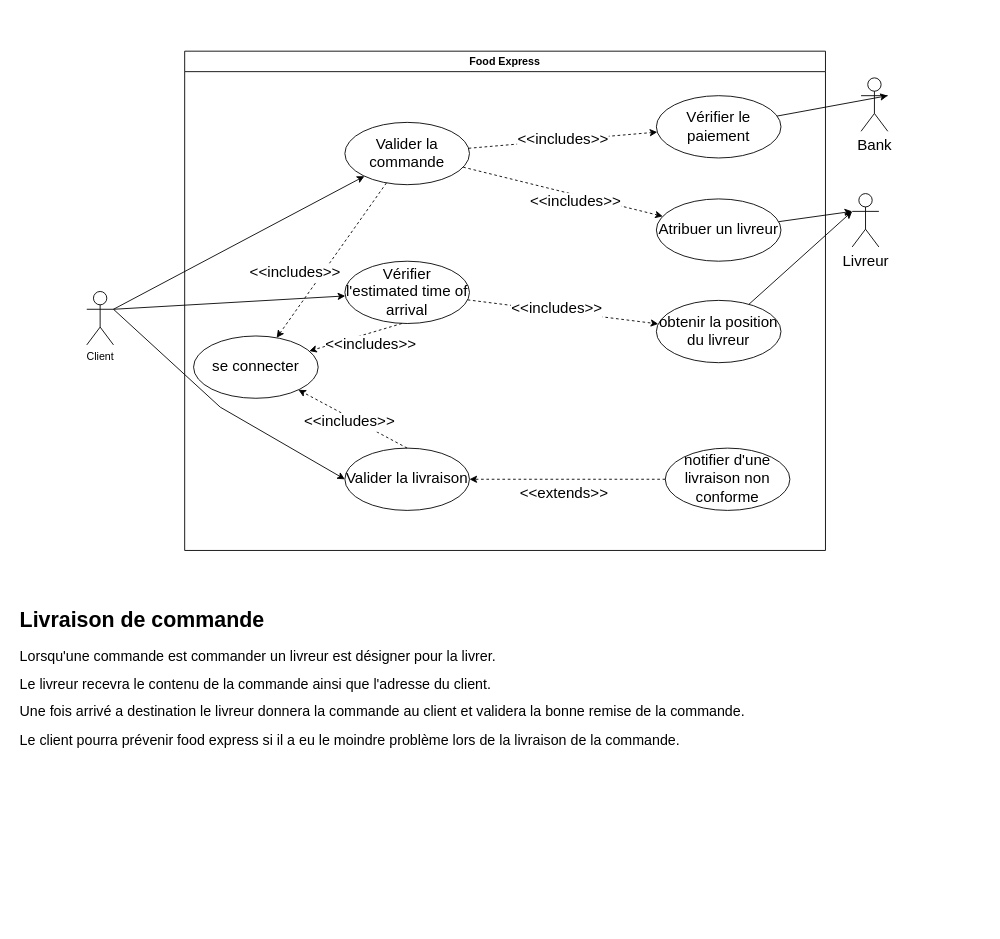
Above: page "Livraison de commande" (4 of 4) of main_use_case.drawio in sebastien-deren/projet_4 (draw.io), before the change. Source tidied: cells renumbered, new cells numbered last; positions are measured from the earlier drawing's top-left corner, leaving out a move shared by most shapes. Both pictures are drawn from the tidied source at 89%, with x=0, y=0 at pixel (15, 51).
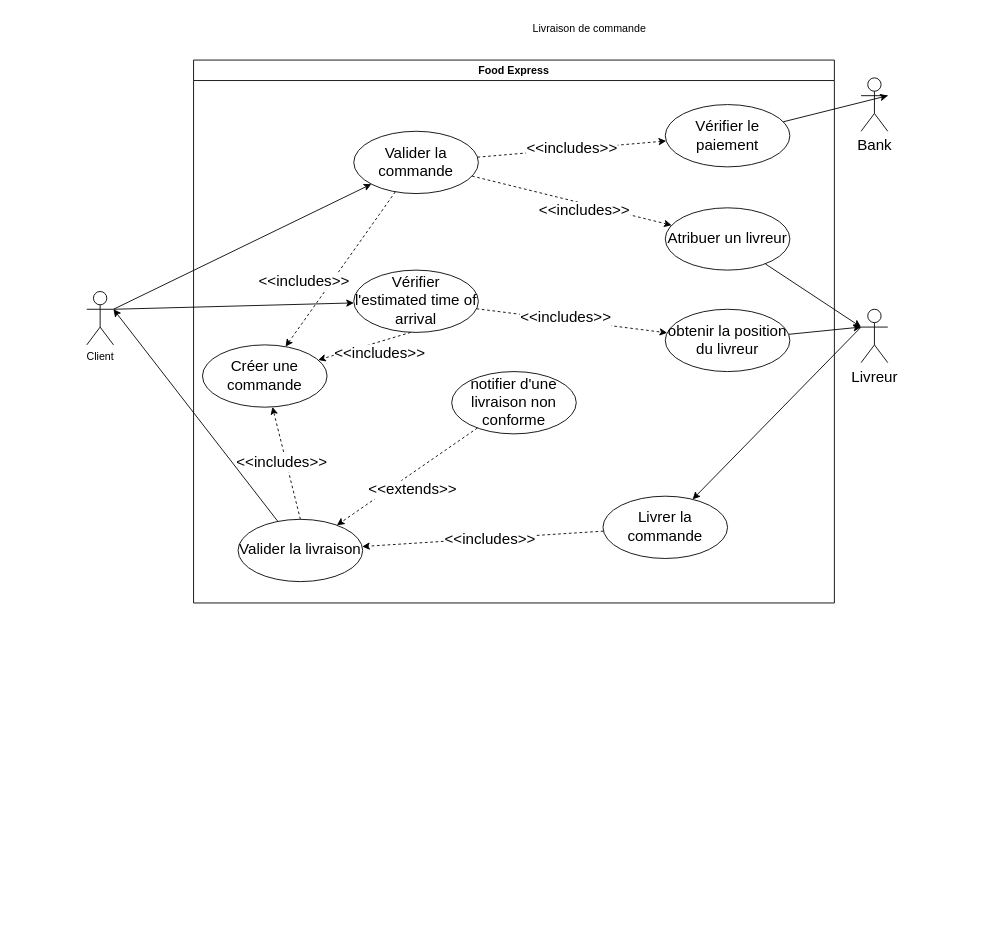
After the change.

Change to the diagram source:
```diff
@@
-    <mxCell id="2" value="Food Express" style="swimlane;whiteSpace=wrap;html=1;" parent="1" vertex="1">
-      <mxGeometry x="190" width="720" height="561" as="geometry" />
+    <mxCell id="2" value="Food Express" style="swimlane;whiteSpace=wrap;html=1;direction=east;" parent="1" vertex="1">
+      <mxGeometry x="200" y="10" width="720" height="610" as="geometry" />
     </mxCell>
@@
     <mxCell id="5" value="Valider la livraison" style="ellipse;whiteSpace=wrap;html=1;fontSize=17;" parent="2" vertex="1">
-      <mxGeometry x="180" y="446" width="140" height="70" as="geometry" />
+      <mxGeometry x="50" y="516" width="140" height="70" as="geometry" />
     </mxCell>
@@
     <mxCell id="12" value="notifier d'une livraison non conforme" style="ellipse;whiteSpace=wrap;html=1;fontSize=17;" parent="2" vertex="1">
-      <mxGeometry x="540" y="446" width="140" height="70" as="geometry" />
+      <mxGeometry x="290" y="350" width="140" height="70" as="geometry" />
     </mxCell>
@@
-    <mxCell id="14" value="se connecter" style="ellipse;whiteSpace=wrap;html=1;fontSize=17;" parent="2" vertex="1">
+    <mxCell id="14" value="Créer une commande" style="ellipse;whiteSpace=wrap;html=1;fontSize=17;" parent="2" vertex="1">
       <mxGeometry x="10" y="320" width="140" height="70" as="geometry" />
     </mxCell>
@@
+    <mxCell id="28" value="Livrer la commande" style="ellipse;whiteSpace=wrap;html=1;fontSize=17;" parent="2" vertex="1">
+      <mxGeometry x="460" y="490" width="140" height="70" as="geometry" />
+    </mxCell>
+    <mxCell id="29" value="&amp;lt;&amp;lt;includes&amp;gt;&amp;gt;" style="endArrow=classic;html=1;rounded=0;fontSize=17;dashed=1;" parent="2" edge="1" source="28" target="5">
+      <mxGeometry x="-0.06" y="2" relative="1" as="geometry" />
+    </mxCell>
@@
-    <mxCell id="21" style="endArrow=classic;html=1;rounded=0;fontSize=17;entryX=0;entryY=0.5;entryDx=0;entryDy=0;" parent="1" edge="1" target="5">
+    <mxCell id="21" style="endArrow=classic;html=1;rounded=0;fontSize=17;" parent="1" edge="1" source="5">
       <mxGeometry relative="1" as="geometry">
-        <mxPoint x="110" y="290" as="sourcePoint" />
-        <Array as="points">
-          <mxPoint x="230" y="400" />
-        </Array>
+        <mxPoint x="110" y="290" as="targetPoint" />
       </mxGeometry>
     </mxCell>
@@
     <mxCell id="23" value="Livreur" style="shape=umlActor;verticalLabelPosition=bottom;verticalAlign=top;html=1;fontSize=17;" parent="1" vertex="1">
-      <mxGeometry x="940" y="160" width="30" height="60" as="geometry" />
+      <mxGeometry x="950" y="290" width="30" height="60" as="geometry" />
     </mxCell>
@@
-    <mxCell id="27" value="&lt;h1&gt;Livraison de commande&lt;/h1&gt;&lt;p&gt;&lt;span style=&quot;font-size: 16px;&quot;&gt;Lorsqu'une commande est commander un livreur est désigner pour la livrer.&lt;/span&gt;&lt;/p&gt;&lt;p&gt;&lt;span style=&quot;font-size: 16px;&quot;&gt;Le livreur recevra le contenu de la commande ainsi que l'adresse du client.&lt;/span&gt;&lt;/p&gt;&lt;p&gt;&lt;span style=&quot;font-size: 16px;&quot;&gt;Une fois arrivé a destination le livreur donnera la commande au client et validera la bonne remise de la commande.&lt;/span&gt;&lt;/p&gt;&lt;p&gt;&lt;span style=&quot;font-size: 16px;&quot;&gt;Le client pourra prévenir food express si il a eu le moindre problème lors de la livraison de la commande.&lt;/span&gt;&lt;/p&gt;" style="text;html=1;strokeColor=none;fillColor=none;spacing=5;spacingTop=-20;whiteSpace=wrap;overflow=hidden;rounded=0;" parent="1" vertex="1">
-      <mxGeometry y="620" width="1090" height="360" as="geometry" />
-    </mxCell>
+    <mxCell id="30" value="Livraison de commande" style="text;html=1;strokeColor=none;fillColor=none;align=center;verticalAlign=middle;whiteSpace=wrap;rounded=0;" parent="1" vertex="1">
+      <mxGeometry x="440" y="-40" width="410" height="30" as="geometry" />
+    </mxCell>
+    <mxCell id="31" style="endArrow=classic;html=1;rounded=0;fontSize=17;" parent="1" edge="1" target="28">
+      <mxGeometry relative="1" as="geometry">
+        <mxPoint x="950" y="310" as="sourcePoint" />
+      </mxGeometry>
+    </mxCell>
```
